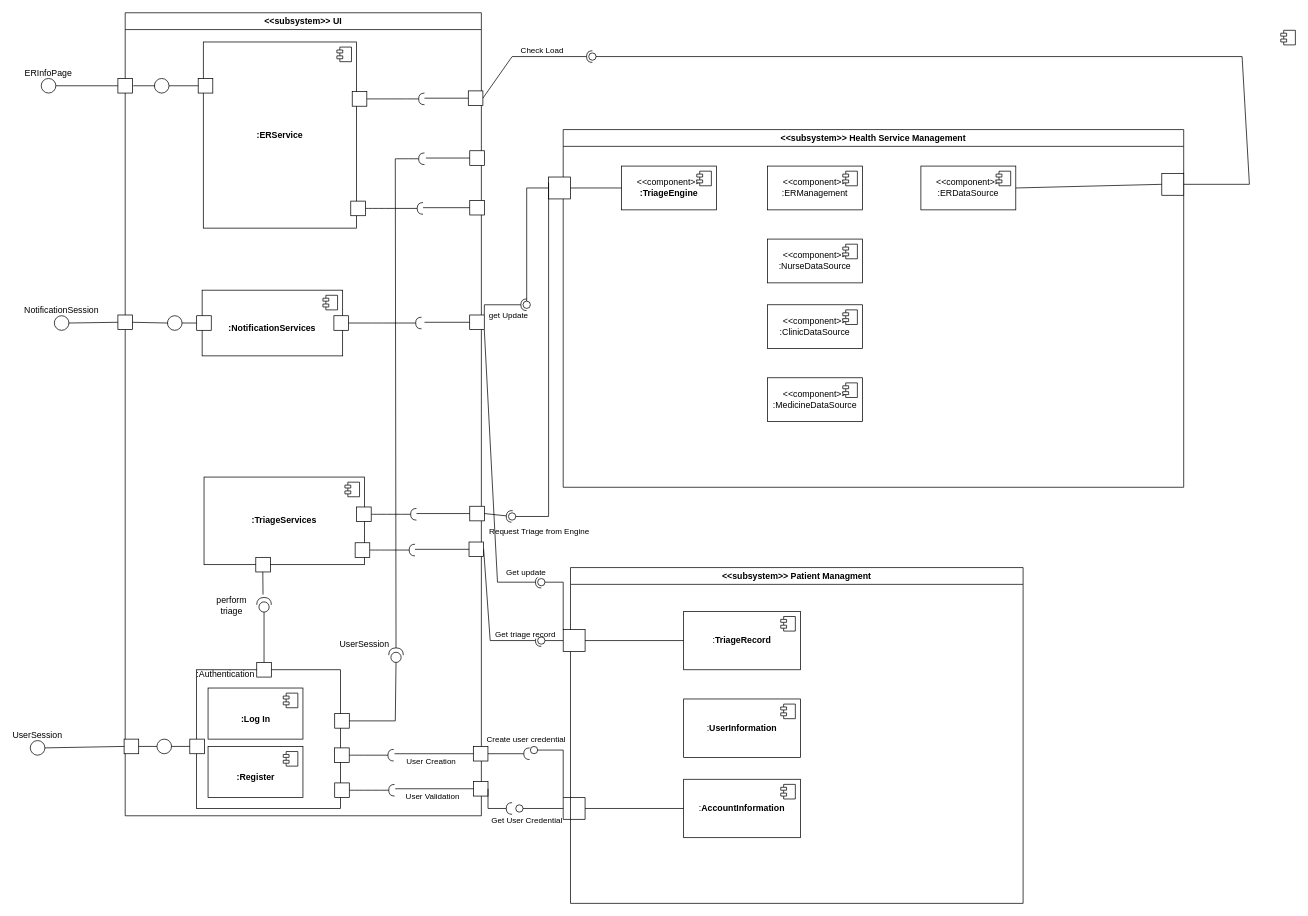
Earlier version of the draw.io diagram Usecases/C&C.drawio (uvic-teach/project-m1-team8). Source tidied: cells renumbered, new cells numbered last; positions are measured from the earlier drawing's top-left corner, leaving out a move shared by most shapes. Both pictures are drawn from the tidied source at 73%, with x=0, y=0 at pixel (15, 12).
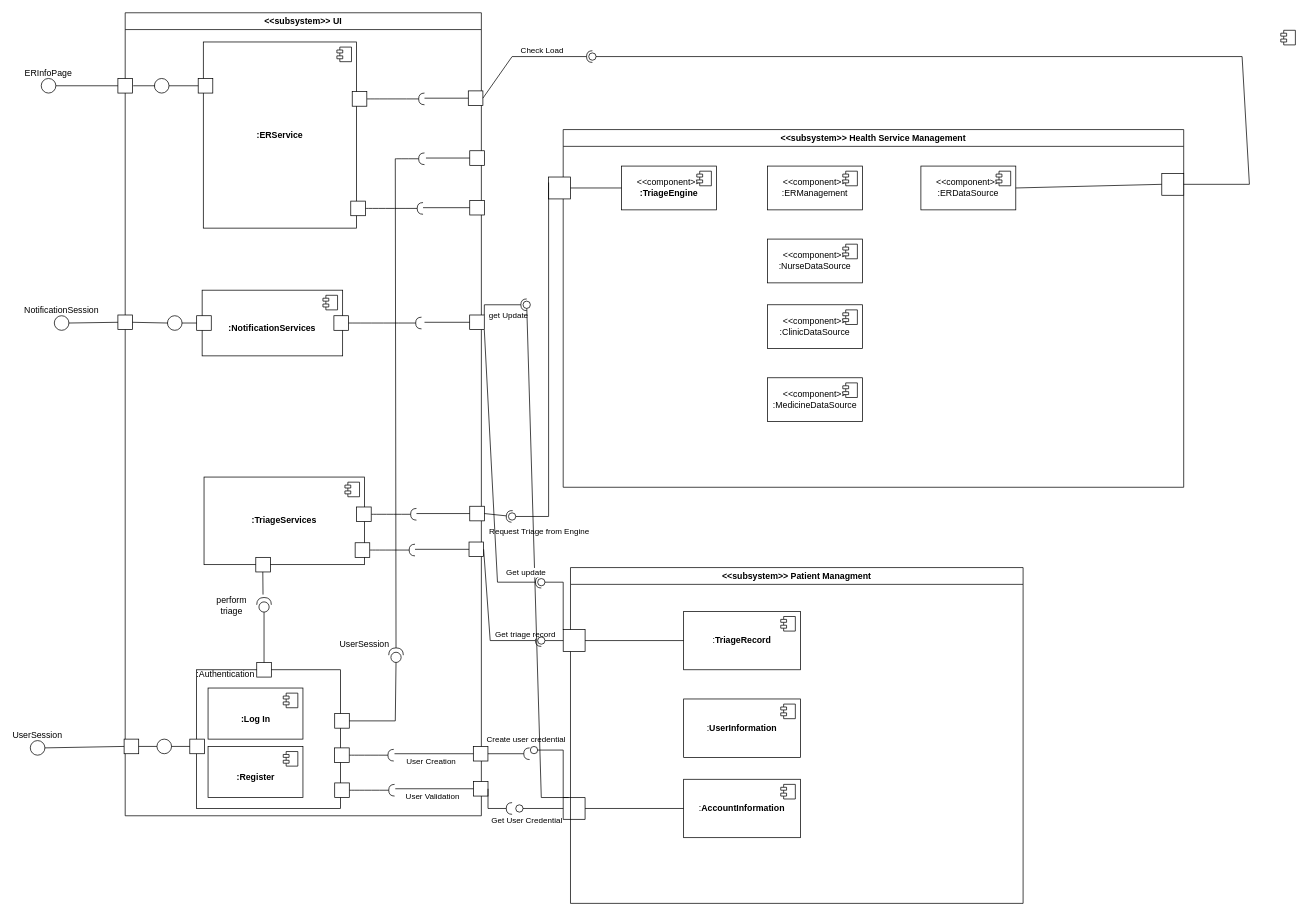
After the change.

The change refers to these unchanged cells:
```xml
<mxCell id="116" style="whiteSpace=wrap;html=1;" parent="1" vertex="1">
  <mxGeometry x="730" y="225" width="30" height="30" as="geometry" />
</mxCell>
<mxCell id="118" style="swimlane;startSize=0;" parent="1" vertex="1">
  <mxGeometry x="750" y="1075" width="30" height="30" as="geometry" />
</mxCell>
```

What changed in the source:
```diff
@@
-    <mxCell id="139" style="rounded=0;jettySize=auto;html=1;endArrow=oval;endFill=0;sketch=0;sourcePerimeterSpacing=0;targetPerimeterSpacing=0;endSize=10;exitX=0;exitY=0.5;exitDx=0;exitDy=0;" parent="1" edge="1" source="116">
+    <mxCell id="139" style="rounded=0;jettySize=auto;html=1;endArrow=oval;endFill=0;sketch=0;sourcePerimeterSpacing=0;targetPerimeterSpacing=0;endSize=10;exitX=0.25;exitY=0;exitDx=0;exitDy=0;" parent="1" edge="1" source="118">
       <mxGeometry relative="1" as="geometry">
         <mxPoint x="700" y="400" as="targetPoint" />
         <Array as="points">
-          <mxPoint x="700" y="240" />
+          <mxPoint x="720" y="1075" />
         </Array>
       </mxGeometry>
     </mxCell>
```
